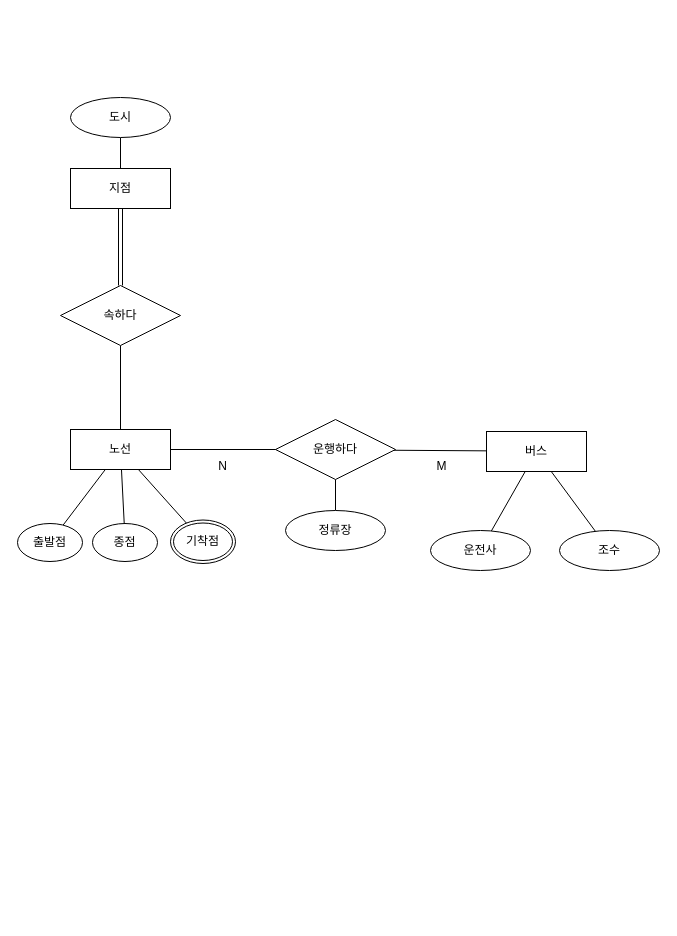
Before: DBStudio/DBStudio_Ass9_BusCompany.drawio in cobinding/draw.io_collection, a draw.io diagram. Source tidied: cells renumbered, new cells numbered last; positions are measured from the earlier drawing's top-left corner, leaving out a move shared by most shapes. Both pictures are drawn from the tidied source at 100%, with x=0, y=0 at pixel (17, 97).
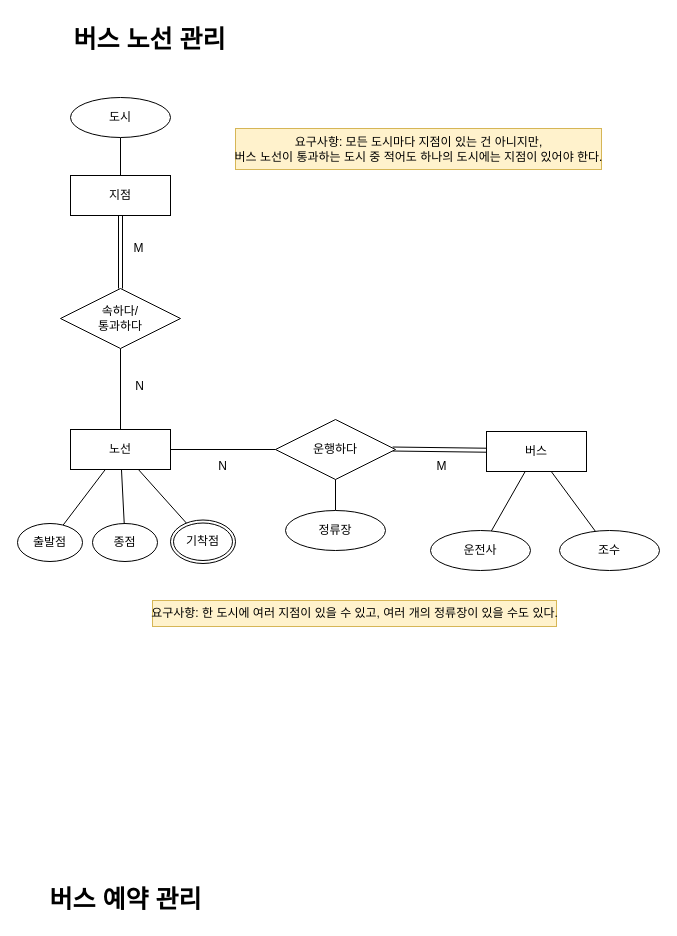
After the change.

Unchanged cells that the change refers to:
```xml
<mxCell id="6" value="버스" style="whiteSpace=wrap;html=1;align=center;" parent="1" vertex="1">
  <mxGeometry x="469" y="334" width="100" height="40" as="geometry" />
</mxCell>
<mxCell id="8" value="운행하다" style="shape=rhombus;perimeter=rhombusPerimeter;whiteSpace=wrap;html=1;align=center;" parent="1" vertex="1">
  <mxGeometry x="258" y="322" width="120" height="60" as="geometry" />
</mxCell>
```

Change to the diagram source:
```diff
@@
     <mxCell id="2" value="지점" style="whiteSpace=wrap;html=1;align=center;" parent="1" vertex="1">
-      <mxGeometry x="53" y="71" width="100" height="40" as="geometry" />
+      <mxGeometry x="53" y="78" width="100" height="40" as="geometry" />
     </mxCell>
@@
-    <mxCell id="5" style="rounded=0;jettySize=auto;html=1;entryX=0;entryY=0.5;entryDx=0;entryDy=0;endArrow=none;endFill=0;exitX=1;exitY=0.5;exitDx=0;exitDy=0;" parent="1" edge="1" source="6" target="8">
+    <mxCell id="5" style="rounded=0;jettySize=auto;html=1;entryX=0.976;entryY=0.492;entryDx=0;entryDy=0;endArrow=none;endFill=0;exitX=1;exitY=0.5;exitDx=0;exitDy=0;shape=link;entryPerimeter=0;" parent="1" edge="1" source="6" target="8">
       <mxGeometry relative="1" as="geometry" />
     </mxCell>
@@
-    <mxCell id="11" value="속하다" style="shape=rhombus;perimeter=rhombusPerimeter;whiteSpace=wrap;html=1;align=center;" parent="1" vertex="1">
-      <mxGeometry x="43" y="188" width="120" height="60" as="geometry" />
+    <mxCell id="11" value="속하다/&lt;div&gt;통과하다&lt;/div&gt;" style="shape=rhombus;perimeter=rhombusPerimeter;whiteSpace=wrap;html=1;align=center;" parent="1" vertex="1">
+      <mxGeometry x="43" y="191" width="120" height="60" as="geometry" />
     </mxCell>
@@
+    <mxCell id="27" value="요구사항: 모든 도시마다 지점이 있는 건 아니지만,&lt;div&gt;버스 노선이 통과하는 도시 중 적어도 하나의 도시에는 지점이 있어야 한다.&lt;/div&gt;" style="text;html=1;align=center;verticalAlign=middle;strokeColor=#d6b656;fillColor=#fff2cc;" parent="1" vertex="1">
+      <mxGeometry x="218" y="31" width="366" height="41" as="geometry" />
+    </mxCell>
+    <mxCell id="28" value="요구사항: 한 도시에 여러 지점이 있을 수 있고, 여러 개의 정류장이 있을 수도 있다." style="text;html=1;align=center;verticalAlign=middle;strokeColor=#d6b656;fillColor=#fff2cc;" parent="1" vertex="1">
+      <mxGeometry x="135" y="503" width="404" height="26" as="geometry" />
+    </mxCell>
+    <mxCell id="29" value="&lt;font style=&quot;font-size: 25px;&quot;&gt;&lt;b&gt;버스 노선 관리&lt;/b&gt;&lt;/font&gt;" style="text;html=1;align=center;verticalAlign=middle;strokeColor=none;fillColor=none;" parent="1" vertex="1">
+      <mxGeometry x="51" y="-80" width="162" height="42" as="geometry" />
+    </mxCell>
+    <mxCell id="30" value="N" style="text;html=1;align=center;verticalAlign=middle;strokeColor=none;fillColor=none;" parent="1" vertex="1">
+      <mxGeometry x="108" y="276" width="27" height="26" as="geometry" />
+    </mxCell>
+    <mxCell id="31" value="M" style="text;html=1;align=center;verticalAlign=middle;strokeColor=none;fillColor=none;" parent="1" vertex="1">
+      <mxGeometry x="107" y="138" width="28" height="26" as="geometry" />
+    </mxCell>
+    <mxCell id="32" value="&lt;font style=&quot;font-size: 25px;&quot;&gt;&lt;b&gt;버스 예약 관리&lt;/b&gt;&lt;/font&gt;" style="text;html=1;align=center;verticalAlign=middle;strokeColor=none;fillColor=none;" parent="1" vertex="1">
+      <mxGeometry x="26.5" y="780" width="162" height="42" as="geometry" />
+    </mxCell>
```
